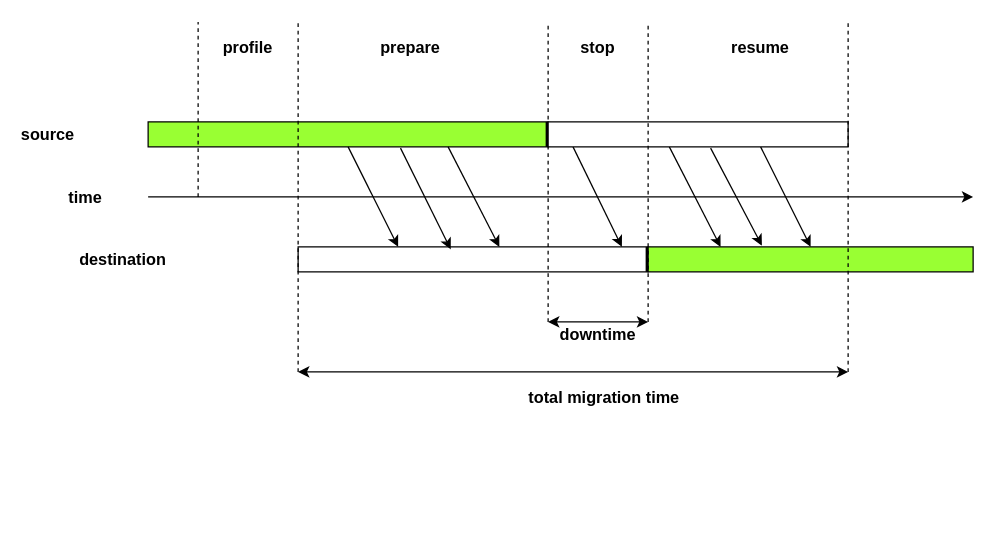
Before: Untitled Diagram.drawio in SandeepNaidu99/riktam_hackathon, a draw.io diagram. Source tidied: cells renumbered, new cells numbered last; positions are measured from the earlier drawing's top-left corner, leaving out a move shared by most shapes. Both pictures are drawn from the tidied source at 125%, with x=0, y=0 at pixel (22, 21).
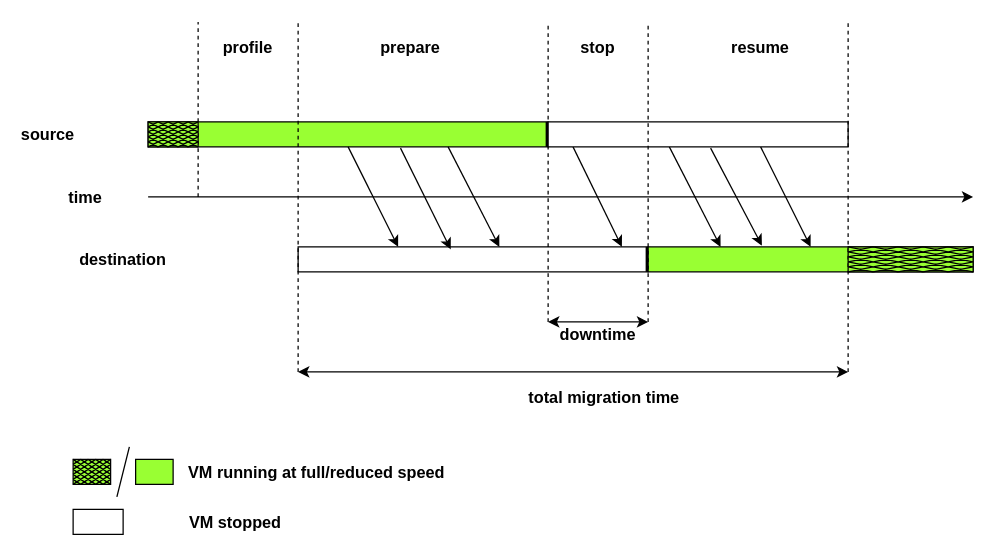
The same diagram, later.

What changed in the source:
```diff
@@
+    <mxCell id="32" style="verticalLabelPosition=bottom;align=center;dashed=0;html=1;verticalAlign=top;shape=mxgraph.pid.misc.filter_2;fontSize=13;fillColor=#99FF33;" parent="1" vertex="1">
+      <mxGeometry x="100" y="80" width="40" height="20" as="geometry" />
+    </mxCell>
+    <mxCell id="33" style="verticalLabelPosition=bottom;align=center;dashed=0;html=1;verticalAlign=top;shape=mxgraph.pid.misc.filter_2;fontSize=13;fillColor=#99FF33;" parent="1" vertex="1">
+      <mxGeometry x="660" y="180" width="100" height="20" as="geometry" />
+    </mxCell>
+    <mxCell id="34" style="verticalLabelPosition=bottom;align=center;dashed=0;html=1;verticalAlign=top;shape=mxgraph.pid.misc.filter_2;fontSize=13;fillColor=#99FF33;" parent="1" vertex="1">
+      <mxGeometry x="40" y="350" width="30" height="20" as="geometry" />
+    </mxCell>
+    <mxCell id="35" style="rounded=0;whiteSpace=wrap;html=1;fontSize=13;fillColor=#99FF33;" parent="1" vertex="1">
+      <mxGeometry x="90" y="350" width="30" height="20" as="geometry" />
+    </mxCell>
+    <mxCell id="36" style="endArrow=none;html=1;fontSize=13;strokeColor=#000000;" parent="1" edge="1">
+      <mxGeometry relative="1" as="geometry">
+        <mxPoint x="75" y="380" as="sourcePoint" />
+        <mxPoint x="85" y="340" as="targetPoint" />
+      </mxGeometry>
+    </mxCell>
+    <mxCell id="37" value="&lt;b&gt;VM running at full/reduced speed&lt;/b&gt;" style="text;html=1;strokeColor=none;fillColor=none;align=center;verticalAlign=middle;whiteSpace=wrap;rounded=0;fontSize=13;" parent="1" vertex="1">
+      <mxGeometry x="130" y="350" width="210" height="20" as="geometry" />
+    </mxCell>
+    <mxCell id="38" value="VM stopped" style="text;html=1;strokeColor=none;fillColor=none;align=center;verticalAlign=middle;whiteSpace=wrap;rounded=0;fontSize=13;fontStyle=1;" parent="1" vertex="1">
+      <mxGeometry x="130" y="390" width="80" height="20" as="geometry" />
+    </mxCell>
+    <mxCell id="39" style="rounded=0;whiteSpace=wrap;html=1;fontSize=13;fillColor=#FFFFFF;" parent="1" vertex="1">
+      <mxGeometry x="40" y="390" width="40" height="20" as="geometry" />
+    </mxCell>
```
